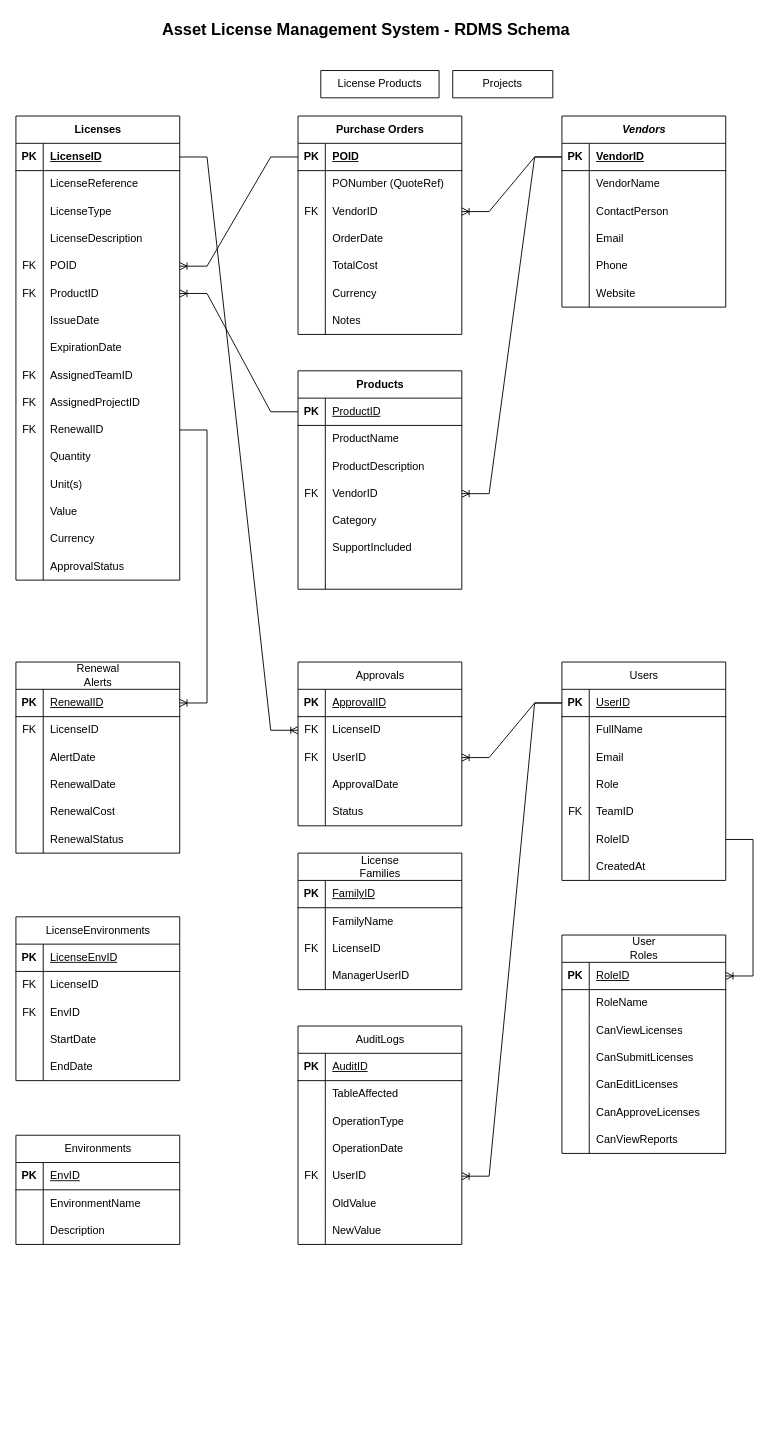
MiraxCapgemini/license-tracker-sys keeps this draw.io diagram as License Management System Schema ER .drawio. Above is the earlier version. Source tidied: cells renumbered, new cells numbered last; positions are measured from the earlier drawing's top-left corner, leaving out a move shared by most shapes. Both pictures are drawn from the tidied source at 91%, with x=0, y=0 at pixel (-48, -30).
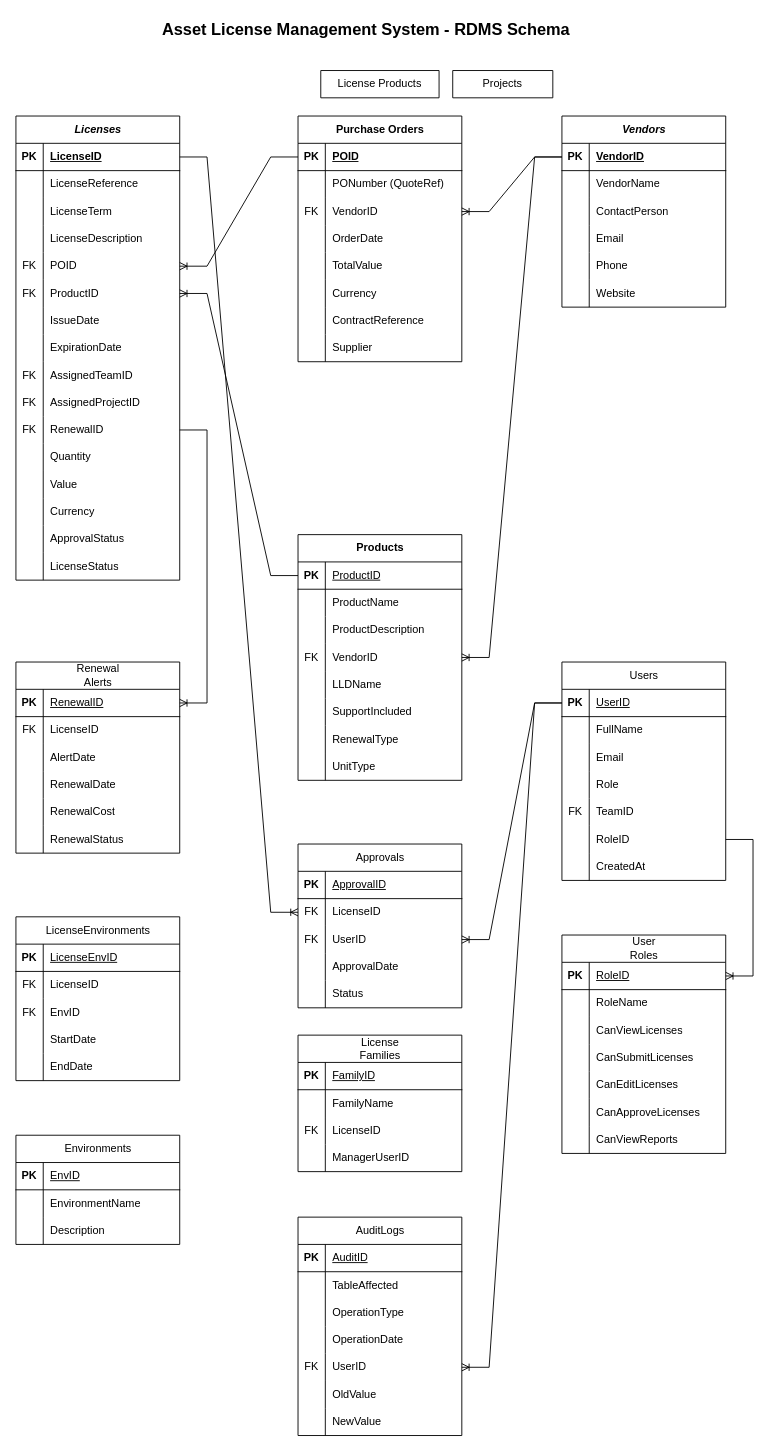
The same page after the edit.

The change refers to these unchanged cells:
```xml
<mxCell id="13" style="shape=tableRow;horizontal=0;startSize=0;swimlaneHead=0;swimlaneBody=0;fillColor=none;top=0;left=0;right=0;bottom=0;" parent="6" vertex="1">
  <mxGeometry y="90" width="180" height="30" as="geometry" />
</mxCell>
<mxCell id="68" style="shape=tableRow;horizontal=0;startSize=0;swimlaneHead=0;swimlaneBody=0;fillColor=none;top=0;left=0;right=0;bottom=0;" parent="55" vertex="1">
  <mxGeometry y="150" width="180" height="30" as="geometry" />
</mxCell>
<mxCell id="74" style="shape=tableRow;horizontal=0;startSize=0;swimlaneHead=0;swimlaneBody=0;fillColor=none;top=0;left=0;right=0;bottom=0;" parent="55" vertex="1">
  <mxGeometry y="210" width="180" height="30" as="geometry" />
</mxCell>
<mxCell id="110" style="shape=tableRow;horizontal=0;startSize=0;swimlaneHead=0;swimlaneBody=0;fillColor=none;top=0;left=0;right=0;bottom=0;" parent="97" vertex="1">
  <mxGeometry y="150" width="180" height="30" as="geometry" />
</mxCell>
<mxCell id="116" style="shape=tableRow;horizontal=0;startSize=0;swimlaneHead=0;swimlaneBody=0;fillColor=none;top=0;left=0;right=0;bottom=0;" parent="97" vertex="1">
  <mxGeometry y="210" width="180" height="30" as="geometry" />
</mxCell>
```

What changed in the source:
```diff
@@
-    <mxCell id="6" value="Licenses" style="shape=table;startSize=30;childLayout=tableLayout;rowLines=0;fontStyle=1;align=center;html=1;" parent="1" vertex="1">
+    <mxCell id="6" value="&lt;i&gt;Licenses&lt;/i&gt;" style="shape=table;startSize=30;childLayout=tableLayout;rowLines=0;fontStyle=1;align=center;html=1;" parent="1" vertex="1">
       <mxGeometry x="70" y="160" width="180" height="510" as="geometry" />
     </mxCell>
@@
-    <mxCell id="15" value="LicenseType" style="shape=partialRectangle;fillColor=none;top=0;left=0;bottom=0;right=0;align=left;spacingLeft=6;overflow=hidden;whiteSpace=wrap;html=1;" parent="13" vertex="1">
+    <mxCell id="15" value="LicenseTerm" style="shape=partialRectangle;fillColor=none;top=0;left=0;bottom=0;right=0;align=left;spacingLeft=6;overflow=hidden;whiteSpace=wrap;html=1;" parent="13" vertex="1">
       <mxGeometry x="30" width="150" height="30" as="geometry" />
     </mxCell>
@@
-    <mxCell id="43" style="shape=tableRow;horizontal=0;startSize=0;swimlaneHead=0;swimlaneBody=0;fillColor=none;top=0;left=0;right=0;bottom=0;" parent="6" vertex="1">
-      <mxGeometry y="390" width="180" height="30" as="geometry" />
-    </mxCell>
-    <mxCell id="44" style="shape=partialRectangle;fillColor=none;top=0;left=0;bottom=0;right=0;overflow=hidden;whiteSpace=wrap;html=1;" parent="43" vertex="1">
-      <mxGeometry width="30" height="30" as="geometry" />
-    </mxCell>
-    <mxCell id="45" value="Unit(s)" style="shape=partialRectangle;fillColor=none;top=0;left=0;bottom=0;right=0;align=left;spacingLeft=6;overflow=hidden;whiteSpace=wrap;html=1;" parent="43" vertex="1">
-      <mxGeometry x="30" width="150" height="30" as="geometry" />
-    </mxCell>
     <mxCell id="46" style="shape=tableRow;horizontal=0;startSize=0;swimlaneHead=0;swimlaneBody=0;fillColor=none;top=0;left=0;right=0;bottom=0;" parent="6" vertex="1">
-      <mxGeometry y="420" width="180" height="30" as="geometry" />
+      <mxGeometry y="390" width="180" height="30" as="geometry" />
     </mxCell>
@@
     <mxCell id="49" style="shape=tableRow;horizontal=0;startSize=0;swimlaneHead=0;swimlaneBody=0;fillColor=none;top=0;left=0;right=0;bottom=0;" parent="6" vertex="1">
-      <mxGeometry y="450" width="180" height="30" as="geometry" />
+      <mxGeometry y="420" width="180" height="30" as="geometry" />
     </mxCell>
@@
     <mxCell id="52" style="shape=tableRow;horizontal=0;startSize=0;swimlaneHead=0;swimlaneBody=0;fillColor=none;top=0;left=0;right=0;bottom=0;" parent="6" vertex="1">
-      <mxGeometry y="480" width="180" height="30" as="geometry" />
+      <mxGeometry y="450" width="180" height="30" as="geometry" />
     </mxCell>
@@
+    <mxCell id="267" style="shape=tableRow;horizontal=0;startSize=0;swimlaneHead=0;swimlaneBody=0;fillColor=none;top=0;left=0;right=0;bottom=0;" parent="6" vertex="1">
+      <mxGeometry y="480" width="180" height="30" as="geometry" />
+    </mxCell>
+    <mxCell id="268" style="shape=partialRectangle;fillColor=none;top=0;left=0;bottom=0;right=0;overflow=hidden;whiteSpace=wrap;html=1;" parent="267" vertex="1">
+      <mxGeometry width="30" height="30" as="geometry" />
+    </mxCell>
+    <mxCell id="269" value="LicenseStatus" style="shape=partialRectangle;fillColor=none;top=0;left=0;bottom=0;right=0;align=left;spacingLeft=6;overflow=hidden;whiteSpace=wrap;html=1;" parent="267" vertex="1">
+      <mxGeometry x="30" width="150" height="30" as="geometry" />
+    </mxCell>
     <mxCell id="55" value="Purchase Orders" style="shape=table;startSize=30;childLayout=tableLayout;rowLines=0;fontStyle=1;align=center;html=1;" parent="1" vertex="1">
-      <mxGeometry x="380" y="160" width="180" height="240" as="geometry" />
+      <mxGeometry x="380" y="160" width="180" height="270" as="geometry" />
     </mxCell>
@@
-    <mxCell id="70" value="TotalCost" style="shape=partialRectangle;fillColor=none;top=0;left=0;bottom=0;right=0;align=left;spacingLeft=6;overflow=hidden;whiteSpace=wrap;html=1;" parent="68" vertex="1">
+    <mxCell id="70" value="TotalValue" style="shape=partialRectangle;fillColor=none;top=0;left=0;bottom=0;right=0;align=left;spacingLeft=6;overflow=hidden;whiteSpace=wrap;html=1;" parent="68" vertex="1">
       <mxGeometry x="30" width="150" height="30" as="geometry" />
     </mxCell>
@@
-    <mxCell id="76" value="Notes" style="shape=partialRectangle;fillColor=none;top=0;left=0;bottom=0;right=0;align=left;spacingLeft=6;overflow=hidden;whiteSpace=wrap;html=1;" parent="74" vertex="1">
+    <mxCell id="76" value="ContractReference" style="shape=partialRectangle;fillColor=none;top=0;left=0;bottom=0;right=0;align=left;spacingLeft=6;overflow=hidden;whiteSpace=wrap;html=1;" parent="74" vertex="1">
       <mxGeometry x="30" width="150" height="30" as="geometry" />
     </mxCell>
+    <mxCell id="270" style="shape=tableRow;horizontal=0;startSize=0;swimlaneHead=0;swimlaneBody=0;fillColor=none;top=0;left=0;right=0;bottom=0;" parent="55" vertex="1">
+      <mxGeometry y="240" width="180" height="30" as="geometry" />
+    </mxCell>
+    <mxCell id="271" style="shape=partialRectangle;fillColor=none;top=0;left=0;bottom=0;right=0;overflow=hidden;whiteSpace=wrap;html=1;" parent="270" vertex="1">
+      <mxGeometry width="30" height="30" as="geometry" />
+    </mxCell>
+    <mxCell id="272" value="Supplier" style="shape=partialRectangle;fillColor=none;top=0;left=0;bottom=0;right=0;align=left;spacingLeft=6;overflow=hidden;whiteSpace=wrap;html=1;" parent="270" vertex="1">
+      <mxGeometry x="30" width="150" height="30" as="geometry" />
+    </mxCell>
@@
     <mxCell id="97" value="Products" style="shape=table;startSize=30;childLayout=tableLayout;rowLines=0;fontStyle=1;align=center;html=1;" parent="1" vertex="1">
-      <mxGeometry x="380" y="440" width="180" height="240" as="geometry" />
+      <mxGeometry x="380" y="620" width="180" height="270" as="geometry" />
     </mxCell>
@@
-    <mxCell id="112" value="Category" style="shape=partialRectangle;fillColor=none;top=0;left=0;bottom=0;right=0;align=left;spacingLeft=6;overflow=hidden;whiteSpace=wrap;html=1;" parent="110" vertex="1">
+    <mxCell id="112" value="LLDName" style="shape=partialRectangle;fillColor=none;top=0;left=0;bottom=0;right=0;align=left;spacingLeft=6;overflow=hidden;whiteSpace=wrap;html=1;" parent="110" vertex="1">
       <mxGeometry x="30" width="150" height="30" as="geometry" />
     </mxCell>
@@
-    <mxCell id="118" style="shape=partialRectangle;fillColor=none;top=0;left=0;bottom=0;right=0;align=left;spacingLeft=6;overflow=hidden;whiteSpace=wrap;html=1;" parent="116" vertex="1">
+    <mxCell id="118" value="RenewalType" style="shape=partialRectangle;fillColor=none;top=0;left=0;bottom=0;right=0;align=left;spacingLeft=6;overflow=hidden;whiteSpace=wrap;html=1;" parent="116" vertex="1">
       <mxGeometry x="30" width="150" height="30" as="geometry" />
     </mxCell>
+    <mxCell id="273" style="shape=tableRow;horizontal=0;startSize=0;swimlaneHead=0;swimlaneBody=0;fillColor=none;top=0;left=0;right=0;bottom=0;" parent="97" vertex="1">
+      <mxGeometry y="240" width="180" height="30" as="geometry" />
+    </mxCell>
+    <mxCell id="274" style="shape=partialRectangle;fillColor=none;top=0;left=0;bottom=0;right=0;overflow=hidden;whiteSpace=wrap;html=1;" parent="273" vertex="1">
+      <mxGeometry width="30" height="30" as="geometry" />
+    </mxCell>
+    <mxCell id="275" value="UnitType" style="shape=partialRectangle;fillColor=none;top=0;left=0;bottom=0;right=0;align=left;spacingLeft=6;overflow=hidden;whiteSpace=wrap;html=1;" parent="273" vertex="1">
+      <mxGeometry x="30" width="150" height="30" as="geometry" />
+    </mxCell>
@@
     <mxCell id="142" value="&lt;span style=&quot;font-weight: 400; text-wrap-mode: wrap;&quot;&gt;Approvals&lt;/span&gt;" style="shape=table;startSize=30;childLayout=tableLayout;rowLines=0;fontStyle=1;align=center;html=1;" parent="1" vertex="1">
-      <mxGeometry x="380" y="760" width="180" height="180" as="geometry" />
+      <mxGeometry x="380" y="960" width="180" height="180" as="geometry" />
     </mxCell>
@@
     <mxCell id="182" value="&lt;span style=&quot;font-weight: 400; text-wrap-mode: wrap;&quot;&gt;AuditLogs&lt;/span&gt;" style="shape=table;startSize=30;childLayout=tableLayout;rowLines=0;fontStyle=1;align=center;html=1;" parent="1" vertex="1">
-      <mxGeometry x="380" y="1160" width="180" height="240" as="geometry" />
+      <mxGeometry x="380" y="1370" width="180" height="240" as="geometry" />
     </mxCell>
@@
     <mxCell id="205" value="&lt;span style=&quot;font-weight: 400; text-wrap-mode: wrap;&quot;&gt;License Families&lt;/span&gt;" style="shape=table;startSize=30;childLayout=tableLayout;rowLines=0;fontStyle=1;align=center;html=1;" parent="1" vertex="1">
-      <mxGeometry x="380" y="970" width="180" height="150" as="geometry" />
+      <mxGeometry x="380" y="1170" width="180" height="150" as="geometry" />
     </mxCell>
```
